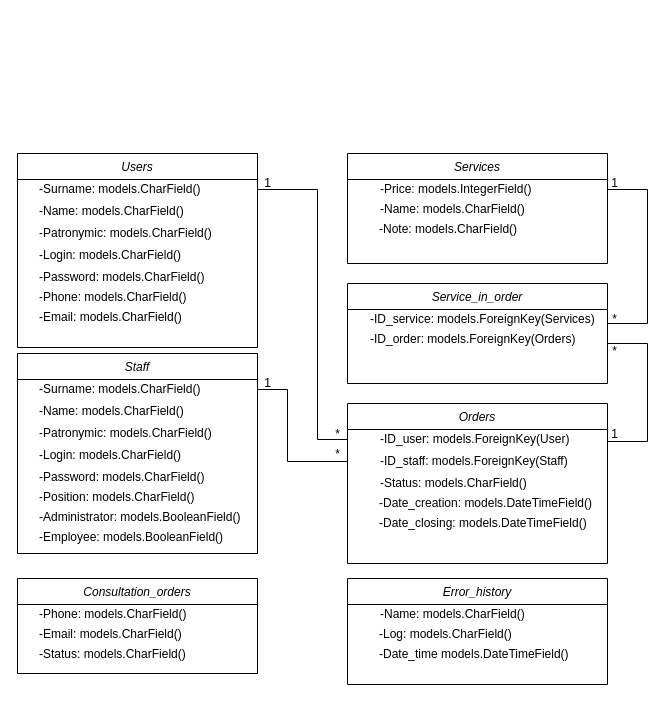
The draw.io diagram page "Физическая диаграмма классов приложения" (3 of 5) of Курсач/Диаграммы/Диаграмма классов анализа.drawio in JolyBin/Valeriy, before the edit. Source tidied: cells renumbered, new cells numbered last; positions are measured from the earlier drawing's top-left corner, leaving out a move shared by most shapes. Both pictures are drawn from the tidied source at 100%, with x=0, y=0 at pixel (17, 153).
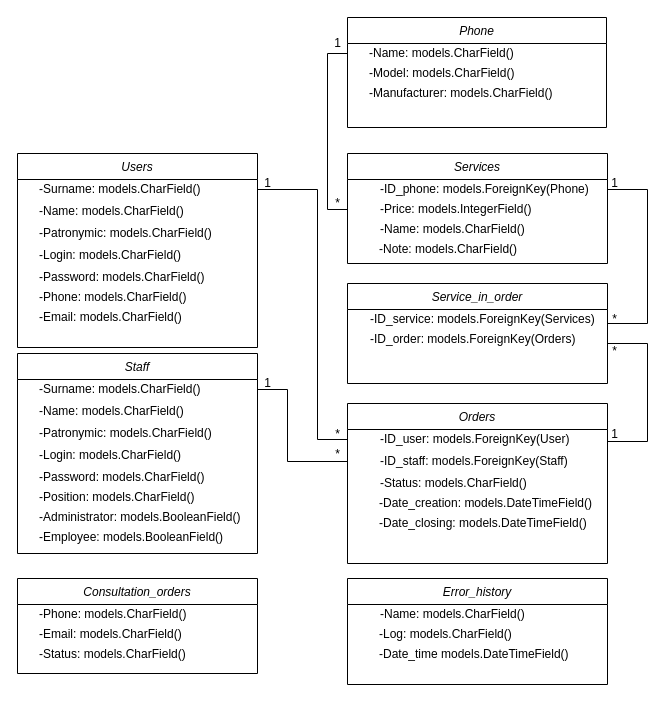
The same page after the edit.

Unchanged cells that the change refers to:
```xml
<mxCell id="12" value="Services" style="swimlane;fontStyle=2;align=center;verticalAlign=top;horizontal=1;startSize=26;rounded=0;shadow=0;strokeWidth=1;" parent="1" vertex="1">
  <mxGeometry x="330" width="260" height="110" as="geometry" />
</mxCell>
<mxCell id="14" style="shape=partialRectangle;html=1;whiteSpace=wrap;fillColor=none;top=0;left=0;bottom=0;right=0;points=[[0,0.5],[1,0.5]];portConstraint=eastwest;" parent="13" vertex="1">
  <mxGeometry width="260" height="20" as="geometry" />
</mxCell>
```

Change to the diagram source:
```diff
@@
+    <mxCell id="126" style="shape=partialRectangle;html=1;whiteSpace=wrap;fillColor=none;top=0;left=0;bottom=0;right=0;" parent="12" vertex="1">
+      <mxGeometry y="26" width="260" height="20" as="geometry" />
+    </mxCell>
+    <mxCell id="127" style="shape=partialRectangle;html=1;whiteSpace=wrap;overflow=hidden;fillColor=none;top=0;left=0;bottom=0;right=0;align=left;" parent="126" vertex="1">
+      <mxGeometry width="31" height="20" as="geometry" />
+    </mxCell>
+    <mxCell id="128" value="-ID_phone: models.ForeignKey(Phone)" style="shape=partialRectangle;html=1;whiteSpace=wrap;overflow=hidden;fillColor=none;top=0;left=0;bottom=0;right=0;align=left;" parent="126" vertex="1">
+      <mxGeometry x="31" width="229" height="20" as="geometry" />
+    </mxCell>
     <mxCell id="13" style="shape=table;html=1;whiteSpace=wrap;startSize=0;childLayout=tableLayout;fillColor=none;align=left;strokeColor=none;" parent="12" vertex="1">
-      <mxGeometry y="26" width="260" height="40" as="geometry" />
+      <mxGeometry y="46" width="260" height="40" as="geometry" />
     </mxCell>
@@
     <mxCell id="20" style="shape=partialRectangle;html=1;whiteSpace=wrap;fillColor=none;top=0;left=0;bottom=0;right=0;" parent="12" vertex="1">
-      <mxGeometry y="66" width="260" height="20" as="geometry" />
+      <mxGeometry y="86" width="260" height="20" as="geometry" />
     </mxCell>
@@
+    <mxCell id="129" value="Phone" style="swimlane;fontStyle=2;align=center;verticalAlign=top;horizontal=1;startSize=26;rounded=0;shadow=0;strokeWidth=1;" parent="1" vertex="1">
+      <mxGeometry x="330" y="-136" width="259" height="110" as="geometry" />
+    </mxCell>
+    <mxCell id="130" style="shape=table;html=1;whiteSpace=wrap;startSize=0;childLayout=tableLayout;fillColor=none;align=left;strokeColor=none;" parent="129" vertex="1">
+      <mxGeometry y="26" width="259" height="40" as="geometry" />
+    </mxCell>
+    <mxCell id="131" style="shape=partialRectangle;html=1;whiteSpace=wrap;fillColor=none;top=0;left=0;bottom=0;right=0;points=[[0,0.5],[1,0.5]];portConstraint=eastwest;" parent="130" vertex="1">
+      <mxGeometry width="259" height="20" as="geometry" />
+    </mxCell>
+    <mxCell id="132" style="shape=partialRectangle;html=1;whiteSpace=wrap;overflow=hidden;fillColor=none;top=0;left=0;bottom=0;right=0;align=left;" parent="131" vertex="1">
+      <mxGeometry width="20" height="20" as="geometry" />
+    </mxCell>
+    <mxCell id="133" value="-Name: models.CharField()" style="shape=partialRectangle;html=1;whiteSpace=wrap;overflow=hidden;fillColor=none;top=0;left=0;bottom=0;right=0;align=left;" parent="131" vertex="1">
+      <mxGeometry x="20" width="239" height="20" as="geometry" />
+    </mxCell>
+    <mxCell id="134" style="shape=partialRectangle;html=1;whiteSpace=wrap;fillColor=none;top=0;left=0;bottom=0;right=0;" parent="130" vertex="1">
+      <mxGeometry y="20" width="259" height="20" as="geometry" />
+    </mxCell>
+    <mxCell id="135" style="shape=partialRectangle;html=1;whiteSpace=wrap;overflow=hidden;fillColor=none;top=0;left=0;bottom=0;right=0;" parent="134" vertex="1">
+      <mxGeometry width="20" height="20" as="geometry" />
+    </mxCell>
+    <mxCell id="136" value="-Model: models.CharField()" style="shape=partialRectangle;html=1;whiteSpace=wrap;overflow=hidden;fillColor=none;top=0;left=0;bottom=0;right=0;align=left;" parent="134" vertex="1">
+      <mxGeometry x="20" width="239" height="20" as="geometry" />
+    </mxCell>
+    <mxCell id="137" style="shape=partialRectangle;html=1;whiteSpace=wrap;fillColor=none;top=0;left=0;bottom=0;right=0;" parent="129" vertex="1">
+      <mxGeometry y="66" width="259" height="20" as="geometry" />
+    </mxCell>
+    <mxCell id="138" style="shape=partialRectangle;html=1;whiteSpace=wrap;overflow=hidden;fillColor=none;top=0;left=0;bottom=0;right=0;" parent="137" vertex="1">
+      <mxGeometry width="88" height="20" as="geometry" />
+    </mxCell>
+    <mxCell id="139" value="-Manufacturer: models.CharField()" style="shape=partialRectangle;html=1;whiteSpace=wrap;overflow=hidden;fillColor=none;top=0;left=0;bottom=0;right=0;align=left;" parent="137" vertex="1">
+      <mxGeometry x="20" width="230" height="20" as="geometry" />
+    </mxCell>
+    <mxCell id="140" style="edgeStyle=orthogonalEdgeStyle;rounded=0;jettySize=auto;html=1;exitX=0;exitY=0.5;exitDx=0;exitDy=0;entryX=0;entryY=0.5;entryDx=0;entryDy=0;endArrow=none;endFill=0;" parent="1" edge="1" source="131" target="14">
+      <mxGeometry relative="1" as="geometry" />
+    </mxCell>
+    <mxCell id="141" value="1" style="text;html=1;align=center;verticalAlign=middle;" parent="1" vertex="1">
+      <mxGeometry x="310" y="-120" width="20" height="20" as="geometry" />
+    </mxCell>
+    <mxCell id="142" value="*" style="text;html=1;align=center;verticalAlign=middle;" parent="1" vertex="1">
+      <mxGeometry x="310" y="40" width="20" height="20" as="geometry" />
+    </mxCell>
```
